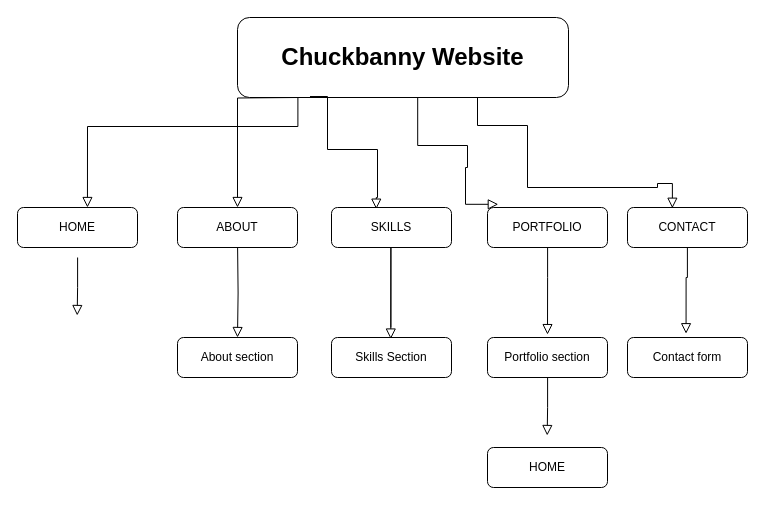
The draw.io diagram Design/Workflow/Chuckbany Portfolio site.drawio in cnomso/chuckbanny, before the edit. Source tidied: cells renumbered, new cells numbered last; positions are measured from the earlier drawing's top-left corner, leaving out a move shared by most shapes. Both pictures are drawn from the tidied source at 100%, with x=0, y=0 at pixel (17, 17).
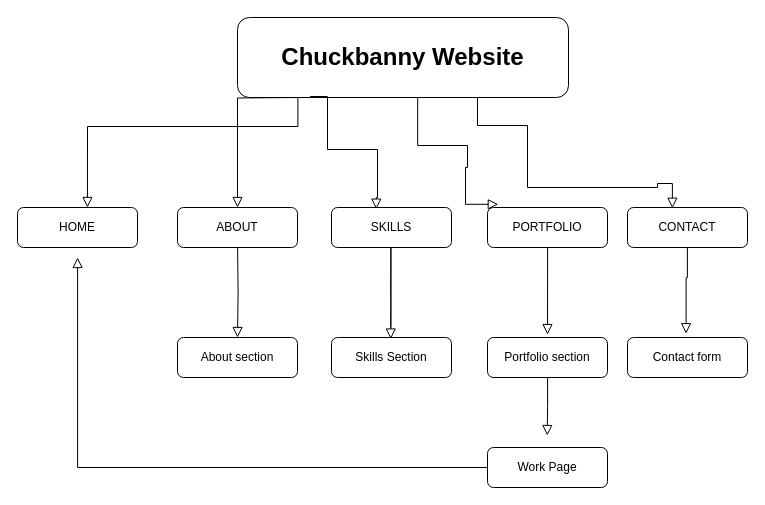
After the change.

Change to the diagram source:
```diff
@@
-    <mxCell id="22" value="HOME" style="rounded=1;whiteSpace=wrap;html=1;fontSize=12;glass=0;strokeWidth=1;shadow=0;" parent="1" vertex="1">
+    <mxCell id="22" value="Work Page" style="rounded=1;whiteSpace=wrap;html=1;fontSize=12;glass=0;strokeWidth=1;shadow=0;" parent="1" vertex="1">
       <mxGeometry x="470" y="430" width="120" height="40" as="geometry" />
     </mxCell>
-    <mxCell id="23" style="rounded=0;html=1;jettySize=auto;orthogonalLoop=1;fontSize=11;endArrow=block;endFill=0;endSize=8;strokeWidth=1;shadow=0;labelBackgroundColor=none;edgeStyle=orthogonalEdgeStyle;" parent="1" edge="1">
+    <mxCell id="23" style="rounded=0;html=1;jettySize=auto;fontSize=11;endArrow=block;endFill=0;endSize=8;strokeWidth=1;shadow=0;labelBackgroundColor=none;edgeStyle=orthogonalEdgeStyle;entryX=0;entryY=0.5;entryDx=0;entryDy=0;exitX=0;exitY=0.5;exitDx=0;exitDy=0;" parent="1" edge="1" source="22">
       <mxGeometry relative="1" as="geometry">
-        <mxPoint x="60.1" y="240" as="sourcePoint" />
-        <mxPoint x="59.7" y="298" as="targetPoint" />
+        <mxPoint x="60.1" y="240" as="targetPoint" />
         <Array as="points">
-          <mxPoint x="59.7" y="270" />
-          <mxPoint x="59.7" y="270" />
+          <mxPoint x="60" y="450" />
         </Array>
       </mxGeometry>
     </mxCell>
```
